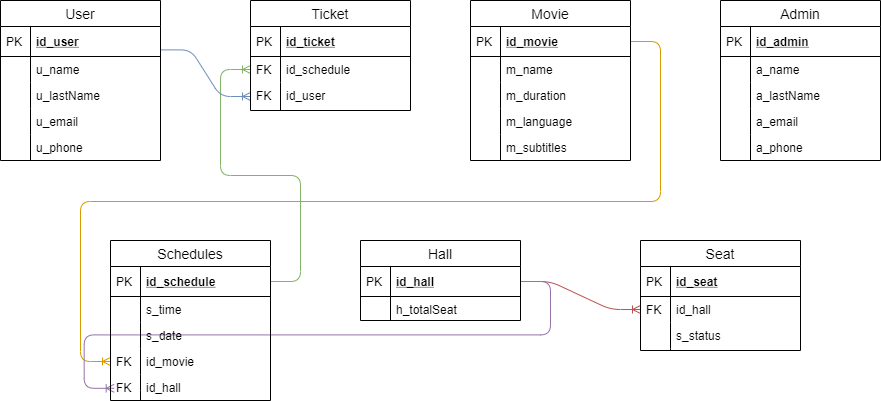
Before: BuyMovieTicketSystemDiagram.png, a diagram exported from draw.io (VicenteRamirez/Practice). Source tidied: cells renumbered, new cells last; positions are measured from the earlier drawing's top-left corner, leaving out a move shared by most shapes.
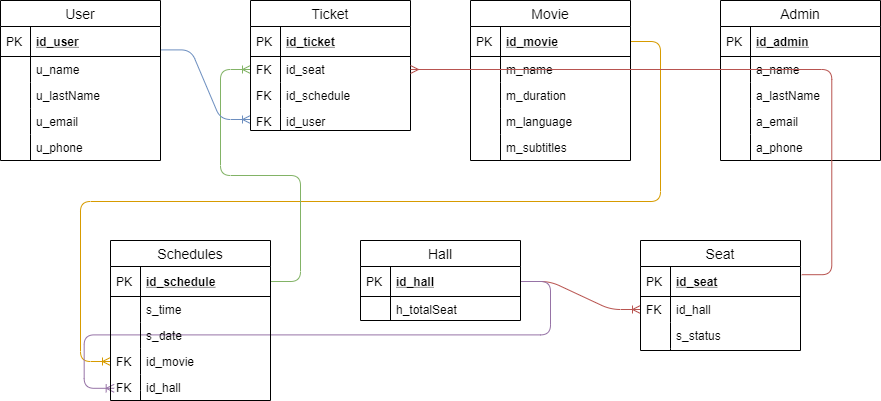
The same file after the commit.

The edit, as a diff of the source:
```diff
@@ -96,7 +96,7 @@
       <mxGeometry width="30" as="geometry" />
     </mxCell>
     <mxCell id="33" value="Ticket" style="swimlane;fontStyle=0;horizontal=1;startSize=26;align=center;fontSize=14;" parent="1" vertex="1">
-      <mxGeometry x="250" width="160" height="110" as="geometry" />
+      <mxGeometry x="250" width="160" height="130" as="geometry" />
     </mxCell>
     <mxCell id="34" value="id_ticket" style="shape=partialRectangle;top=0;left=0;right=0;bottom=1;align=left;verticalAlign=middle;fillColor=none;spacingLeft=34;spacingRight=4;overflow=hidden;fontStyle=5;fontSize=12;" parent="33" vertex="1">
       <mxGeometry y="26" width="160" height="30" as="geometry" />
@@ -104,17 +104,23 @@
     <mxCell id="35" value="PK" style="shape=partialRectangle;top=0;left=0;bottom=0;fillColor=none;align=left;verticalAlign=middle;spacingLeft=4;spacingRight=4;overflow=hidden;fontSize=12;" parent="34" vertex="1">
       <mxGeometry width="30" height="30" as="geometry" />
     </mxCell>
-    <mxCell id="36" value="id_schedule" style="shape=partialRectangle;top=0;left=0;right=0;bottom=0;align=left;verticalAlign=top;fillColor=none;spacingLeft=34;spacingRight=4;overflow=hidden;points=[[0,0.5],[1,0.5]];portConstraint=eastwest;fontSize=12;" parent="33" vertex="1">
+    <mxCell id="36" value="id_seat" style="shape=partialRectangle;top=0;left=0;right=0;bottom=0;align=left;verticalAlign=top;fillColor=none;spacingLeft=34;spacingRight=4;overflow=hidden;points=[[0,0.5],[1,0.5]];portConstraint=eastwest;fontSize=12;" parent="33" vertex="1">
       <mxGeometry y="56" width="160" height="26" as="geometry" />
     </mxCell>
     <mxCell id="37" value="FK" style="shape=partialRectangle;top=0;left=0;bottom=0;fillColor=none;align=left;verticalAlign=top;spacingLeft=4;spacingRight=4;overflow=hidden;fontSize=12;" parent="36" vertex="1">
       <mxGeometry width="30" height="26" as="geometry" />
     </mxCell>
+    <mxCell id="80" value="id_schedule" style="shape=partialRectangle;top=0;left=0;right=0;bottom=0;align=left;verticalAlign=top;fillColor=none;spacingLeft=34;spacingRight=4;overflow=hidden;fontSize=12;" parent="33" vertex="1">
+      <mxGeometry y="82" width="160" height="26" as="geometry" />
+    </mxCell>
+    <mxCell id="81" value="FK" style="shape=partialRectangle;top=0;left=0;bottom=0;fillColor=none;align=left;verticalAlign=top;spacingLeft=4;spacingRight=4;overflow=hidden;fontSize=12;" parent="80" vertex="1">
+      <mxGeometry width="30" height="26" as="geometry" />
+    </mxCell>
     <mxCell id="38" value="id_user" style="shape=partialRectangle;top=0;left=0;right=0;bottom=0;align=left;verticalAlign=top;fillColor=none;spacingLeft=34;spacingRight=4;overflow=hidden;points=[[0,0.5],[1,0.5]];portConstraint=eastwest;fontSize=12;" parent="33" vertex="1">
-      <mxGeometry y="82" width="160" height="28" as="geometry" />
+      <mxGeometry y="108" width="160" height="22" as="geometry" />
     </mxCell>
     <mxCell id="39" value="FK" style="shape=partialRectangle;top=0;left=0;bottom=0;fillColor=none;align=left;verticalAlign=top;spacingLeft=4;spacingRight=4;overflow=hidden;fontSize=12;" parent="38" vertex="1">
-      <mxGeometry width="30" height="28" as="geometry" />
+      <mxGeometry width="30" height="22" as="geometry" />
     </mxCell>
     <mxCell id="40" value="Schedules" style="swimlane;fontStyle=0;horizontal=1;startSize=26;align=center;fontSize=14;" parent="1" vertex="1">
       <mxGeometry x="110" y="240" width="160" height="160" as="geometry" />
@@ -236,5 +242,8 @@
     <mxCell id="79" style="shape=partialRectangle;top=0;left=0;bottom=0;fillColor=none;align=left;verticalAlign=top;spacingLeft=4;spacingRight=4;overflow=hidden;fontSize=12;" parent="78" vertex="1">
       <mxGeometry width="30" as="geometry" />
     </mxCell>
+    <mxCell id="82" style="edgeStyle=entityRelationEdgeStyle;fontSize=12;html=1;endArrow=ERmany;exitX=1.008;exitY=0.273;exitDx=0;exitDy=0;exitPerimeter=0;fillColor=#f8cecc;strokeColor=#b85450;" parent="1" edge="1" source="54" target="36">
+      <mxGeometry relative="1" as="geometry" />
+    </mxCell>
   </root>
 </mxGraphModel>
```
